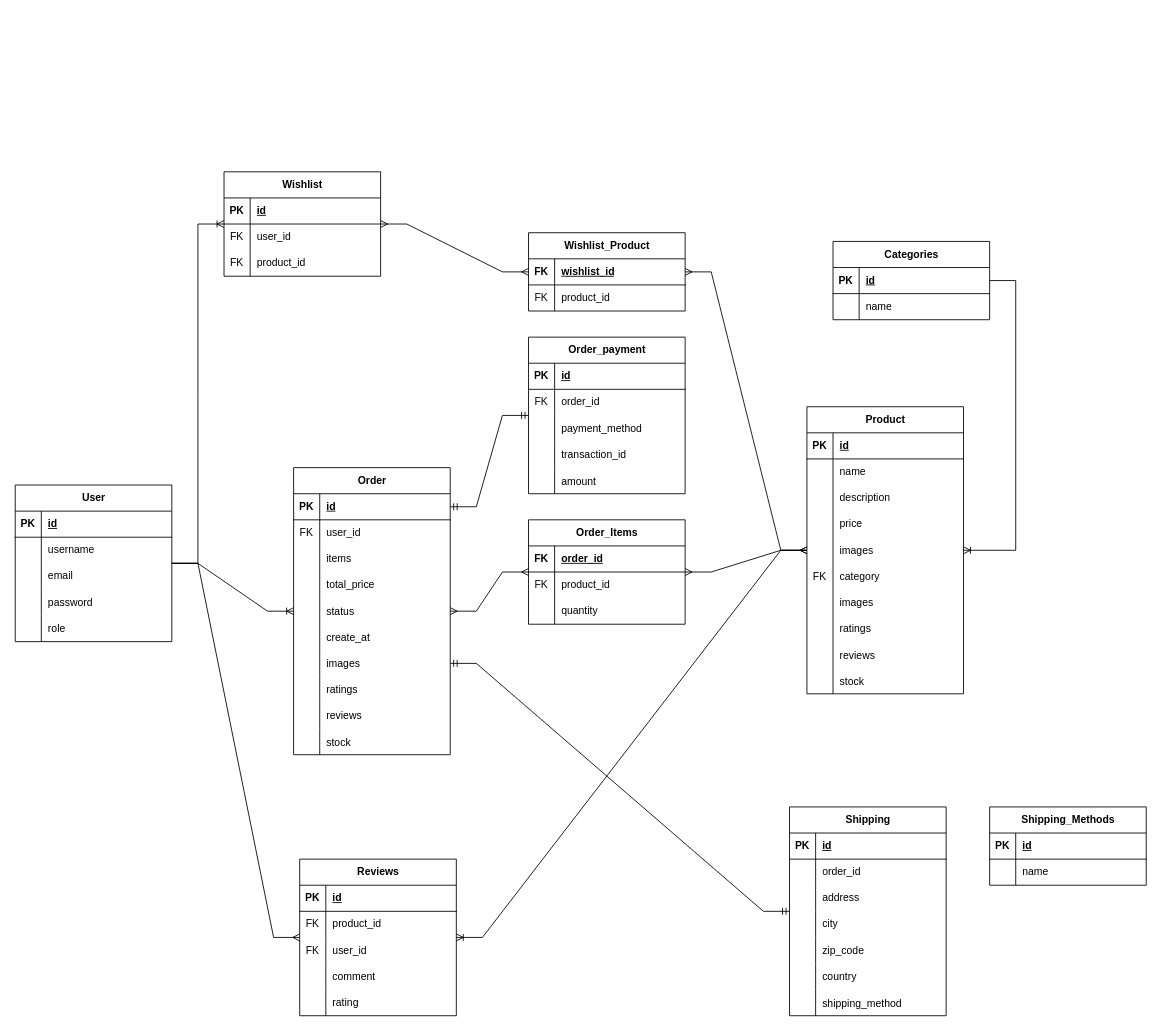
This is Untitled Diagram.drawio from matobuild/Elegant, a draw.io file, before an edit. Source tidied: cells renumbered, new cells numbered last; positions are measured from the earlier drawing's top-left corner, leaving out a move shared by most shapes. Both pictures are drawn from the tidied source at 87%, with x=0, y=0 at pixel (15, 171).
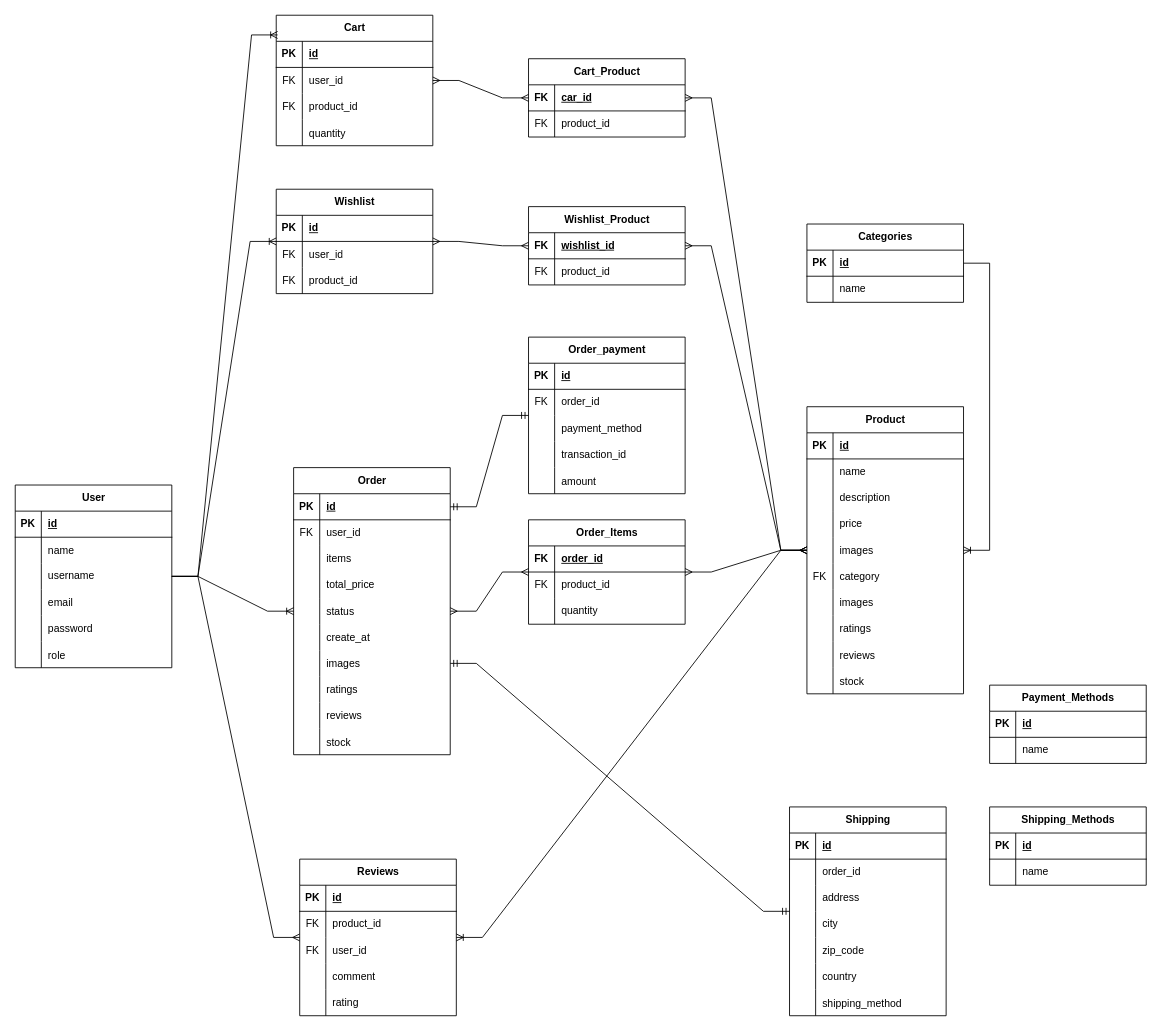
Above is the later version.

Unchanged cells that the change refers to:
```xml
<mxCell id="18" value="Product" style="shape=table;startSize=30;childLayout=tableLayout;rowLines=0;fontStyle=1;align=center;html=1;" parent="1" vertex="1">
  <mxGeometry x="910" y="270" width="180" height="330" as="geometry" />
</mxCell>
```

Diff of the diagram source:
```diff
@@
     <mxCell id="2" value="User" style="shape=table;startSize=30;childLayout=tableLayout;rowLines=0;fontStyle=1;align=center;html=1;" parent="1" vertex="1">
-      <mxGeometry y="360" width="180" height="180" as="geometry" />
+      <mxGeometry y="360" width="180" height="210" as="geometry" />
     </mxCell>
@@
+    <mxCell id="186" style="shape=tableRow;horizontal=0;startSize=0;swimlaneHead=0;swimlaneBody=0;fillColor=none;top=0;left=0;right=0;bottom=0;" parent="2" vertex="1">
+      <mxGeometry y="60" width="180" height="30" as="geometry" />
+    </mxCell>
+    <mxCell id="187" style="shape=partialRectangle;fillColor=none;top=0;left=0;bottom=0;right=0;overflow=hidden;" parent="186" vertex="1">
+      <mxGeometry width="30" height="30" as="geometry" />
+    </mxCell>
+    <mxCell id="188" value="name" style="shape=partialRectangle;fillColor=none;top=0;left=0;bottom=0;right=0;align=left;spacingLeft=6;overflow=hidden;" parent="186" vertex="1">
+      <mxGeometry x="30" width="150" height="30" as="geometry" />
+    </mxCell>
     <mxCell id="6" style="shape=tableRow;horizontal=0;startSize=0;swimlaneHead=0;swimlaneBody=0;fillColor=none;top=0;left=0;right=0;bottom=0;" parent="2" vertex="1">
-      <mxGeometry y="60" width="180" height="30" as="geometry" />
+      <mxGeometry y="90" width="180" height="30" as="geometry" />
     </mxCell>
@@
     <mxCell id="9" style="shape=tableRow;horizontal=0;startSize=0;swimlaneHead=0;swimlaneBody=0;fillColor=none;top=0;left=0;right=0;bottom=0;" parent="2" vertex="1">
-      <mxGeometry y="90" width="180" height="30" as="geometry" />
+      <mxGeometry y="120" width="180" height="30" as="geometry" />
     </mxCell>
@@
     <mxCell id="12" style="shape=tableRow;horizontal=0;startSize=0;swimlaneHead=0;swimlaneBody=0;fillColor=none;top=0;left=0;right=0;bottom=0;" parent="2" vertex="1">
-      <mxGeometry y="120" width="180" height="30" as="geometry" />
+      <mxGeometry y="150" width="180" height="30" as="geometry" />
     </mxCell>
@@
     <mxCell id="15" style="shape=tableRow;horizontal=0;startSize=0;swimlaneHead=0;swimlaneBody=0;fillColor=none;top=0;left=0;right=0;bottom=0;" parent="2" vertex="1">
-      <mxGeometry y="150" width="180" height="30" as="geometry" />
+      <mxGeometry y="180" width="180" height="30" as="geometry" />
     </mxCell>
@@
     <mxCell id="109" value="Wishlist" style="shape=table;startSize=30;childLayout=tableLayout;rowLines=0;fontStyle=1;align=center;html=1;" parent="1" vertex="1">
-      <mxGeometry x="240" width="180" height="120" as="geometry" />
+      <mxGeometry x="300" y="20" width="180" height="120" as="geometry" />
     </mxCell>
@@
     <mxCell id="120" value="Wishlist_Product" style="shape=table;startSize=30;childLayout=tableLayout;rowLines=0;fontStyle=1;align=center;html=1;" parent="1" vertex="1">
-      <mxGeometry x="590" y="70" width="180" height="90" as="geometry" />
+      <mxGeometry x="590" y="40" width="180" height="90" as="geometry" />
     </mxCell>
@@
     <mxCell id="154" value="Categories" style="shape=table;startSize=30;childLayout=tableLayout;rowLines=0;fontStyle=1;align=center;html=1;" parent="1" vertex="1">
-      <mxGeometry x="940" y="80" width="180" height="90" as="geometry" />
+      <mxGeometry x="910" y="60" width="180" height="90" as="geometry" />
     </mxCell>
@@
+    <mxCell id="189" value="Payment_Methods" style="shape=table;startSize=30;childLayout=tableLayout;rowLines=0;fontStyle=1;align=center;html=1;" parent="1" vertex="1">
+      <mxGeometry x="1120" y="590" width="180" height="90" as="geometry" />
+    </mxCell>
+    <mxCell id="190" style="shape=tableRow;horizontal=0;startSize=0;swimlaneHead=0;swimlaneBody=0;fillColor=none;top=0;left=0;right=0;bottom=1;" parent="189" vertex="1">
+      <mxGeometry y="30" width="180" height="30" as="geometry" />
+    </mxCell>
+    <mxCell id="191" value="PK" style="shape=partialRectangle;fillColor=none;top=0;left=0;bottom=0;right=0;fontStyle=1;overflow=hidden;whiteSpace=wrap;html=1;" parent="190" vertex="1">
+      <mxGeometry width="30" height="30" as="geometry" />
+    </mxCell>
+    <mxCell id="192" value="id" style="shape=partialRectangle;fillColor=none;top=0;left=0;bottom=0;right=0;align=left;spacingLeft=6;fontStyle=5;overflow=hidden;whiteSpace=wrap;html=1;" parent="190" vertex="1">
+      <mxGeometry x="30" width="150" height="30" as="geometry" />
+    </mxCell>
+    <mxCell id="193" style="shape=tableRow;horizontal=0;startSize=0;swimlaneHead=0;swimlaneBody=0;fillColor=none;top=0;left=0;right=0;bottom=0;" parent="189" vertex="1">
+      <mxGeometry y="60" width="180" height="30" as="geometry" />
+    </mxCell>
+    <mxCell id="194" style="shape=partialRectangle;fillColor=none;top=0;left=0;bottom=0;right=0;overflow=hidden;whiteSpace=wrap;html=1;" parent="193" vertex="1">
+      <mxGeometry width="30" height="30" as="geometry" />
+    </mxCell>
+    <mxCell id="195" value="name" style="shape=partialRectangle;fillColor=none;top=0;left=0;bottom=0;right=0;align=left;spacingLeft=6;overflow=hidden;whiteSpace=wrap;html=1;" parent="193" vertex="1">
+      <mxGeometry x="30" width="150" height="30" as="geometry" />
+    </mxCell>
+    <mxCell id="196" value="Cart" style="shape=table;startSize=30;childLayout=tableLayout;rowLines=0;fontStyle=1;align=center;html=1;" parent="1" vertex="1">
+      <mxGeometry x="300" y="-180" width="180" height="150" as="geometry" />
+    </mxCell>
+    <mxCell id="197" style="shape=tableRow;horizontal=0;startSize=0;swimlaneHead=0;swimlaneBody=0;fillColor=none;top=0;left=0;right=0;bottom=1;" parent="196" vertex="1">
+      <mxGeometry y="30" width="180" height="30" as="geometry" />
+    </mxCell>
+    <mxCell id="198" value="PK" style="shape=partialRectangle;fillColor=none;top=0;left=0;bottom=0;right=0;fontStyle=1;overflow=hidden;whiteSpace=wrap;html=1;" parent="197" vertex="1">
+      <mxGeometry width="30" height="30" as="geometry" />
+    </mxCell>
+    <mxCell id="199" value="id" style="shape=partialRectangle;fillColor=none;top=0;left=0;bottom=0;right=0;align=left;spacingLeft=6;fontStyle=5;overflow=hidden;whiteSpace=wrap;html=1;" parent="197" vertex="1">
+      <mxGeometry x="30" width="150" height="30" as="geometry" />
+    </mxCell>
+    <mxCell id="200" style="shape=tableRow;horizontal=0;startSize=0;swimlaneHead=0;swimlaneBody=0;fillColor=none;top=0;left=0;right=0;bottom=0;" parent="196" vertex="1">
+      <mxGeometry y="60" width="180" height="30" as="geometry" />
+    </mxCell>
+    <mxCell id="201" value="FK" style="shape=partialRectangle;fillColor=none;top=0;left=0;bottom=0;right=0;overflow=hidden;whiteSpace=wrap;html=1;" parent="200" vertex="1">
+      <mxGeometry width="30" height="30" as="geometry" />
+    </mxCell>
+    <mxCell id="202" value="user_id" style="shape=partialRectangle;fillColor=none;top=0;left=0;bottom=0;right=0;align=left;spacingLeft=6;overflow=hidden;whiteSpace=wrap;html=1;" parent="200" vertex="1">
+      <mxGeometry x="30" width="150" height="30" as="geometry" />
+    </mxCell>
+    <mxCell id="203" style="shape=tableRow;horizontal=0;startSize=0;swimlaneHead=0;swimlaneBody=0;fillColor=none;top=0;left=0;right=0;bottom=0;" parent="196" vertex="1">
+      <mxGeometry y="90" width="180" height="30" as="geometry" />
+    </mxCell>
+    <mxCell id="204" value="FK" style="shape=partialRectangle;fillColor=none;top=0;left=0;bottom=0;right=0;overflow=hidden;whiteSpace=wrap;html=1;" parent="203" vertex="1">
+      <mxGeometry width="30" height="30" as="geometry" />
+    </mxCell>
+    <mxCell id="205" value="product_id" style="shape=partialRectangle;fillColor=none;top=0;left=0;bottom=0;right=0;align=left;spacingLeft=6;overflow=hidden;whiteSpace=wrap;html=1;" parent="203" vertex="1">
+      <mxGeometry x="30" width="150" height="30" as="geometry" />
+    </mxCell>
+    <mxCell id="206" style="shape=tableRow;horizontal=0;startSize=0;swimlaneHead=0;swimlaneBody=0;fillColor=none;top=0;left=0;right=0;bottom=0;" parent="196" vertex="1">
+      <mxGeometry y="120" width="180" height="30" as="geometry" />
+    </mxCell>
+    <mxCell id="207" style="shape=partialRectangle;fillColor=none;top=0;left=0;bottom=0;right=0;overflow=hidden;" parent="206" vertex="1">
+      <mxGeometry width="30" height="30" as="geometry" />
+    </mxCell>
+    <mxCell id="208" value="quantity" style="shape=partialRectangle;fillColor=none;top=0;left=0;bottom=0;right=0;align=left;spacingLeft=6;overflow=hidden;" parent="206" vertex="1">
+      <mxGeometry x="30" width="150" height="30" as="geometry" />
+    </mxCell>
+    <mxCell id="209" style="edgeStyle=entityRelationEdgeStyle;fontSize=12;html=1;endArrow=ERoneToMany;rounded=0;entryX=0.009;entryY=0.151;entryDx=0;entryDy=0;entryPerimeter=0;" parent="1" edge="1" source="2" target="196">
+      <mxGeometry relative="1" as="geometry" />
+    </mxCell>
+    <mxCell id="210" value="Cart_Product" style="shape=table;startSize=30;childLayout=tableLayout;rowLines=0;fontStyle=1;align=center;html=1;" parent="1" vertex="1">
+      <mxGeometry x="590" y="-130" width="180" height="90" as="geometry" />
+    </mxCell>
+    <mxCell id="211" style="shape=tableRow;horizontal=0;startSize=0;swimlaneHead=0;swimlaneBody=0;fillColor=none;top=0;left=0;right=0;bottom=1;" parent="210" vertex="1">
+      <mxGeometry y="30" width="180" height="30" as="geometry" />
+    </mxCell>
+    <mxCell id="212" value="FK" style="shape=partialRectangle;fillColor=none;top=0;left=0;bottom=0;right=0;fontStyle=1;overflow=hidden;whiteSpace=wrap;html=1;" parent="211" vertex="1">
+      <mxGeometry width="30" height="30" as="geometry" />
+    </mxCell>
+    <mxCell id="213" value="car_id" style="shape=partialRectangle;fillColor=none;top=0;left=0;bottom=0;right=0;align=left;spacingLeft=6;fontStyle=5;overflow=hidden;whiteSpace=wrap;html=1;" parent="211" vertex="1">
+      <mxGeometry x="30" width="150" height="30" as="geometry" />
+    </mxCell>
+    <mxCell id="214" style="shape=tableRow;horizontal=0;startSize=0;swimlaneHead=0;swimlaneBody=0;fillColor=none;top=0;left=0;right=0;bottom=0;" parent="210" vertex="1">
+      <mxGeometry y="60" width="180" height="30" as="geometry" />
+    </mxCell>
+    <mxCell id="215" value="FK" style="shape=partialRectangle;fillColor=none;top=0;left=0;bottom=0;right=0;overflow=hidden;whiteSpace=wrap;html=1;" parent="214" vertex="1">
+      <mxGeometry width="30" height="30" as="geometry" />
+    </mxCell>
+    <mxCell id="216" value="product_id" style="shape=partialRectangle;fillColor=none;top=0;left=0;bottom=0;right=0;align=left;spacingLeft=6;overflow=hidden;whiteSpace=wrap;html=1;" parent="214" vertex="1">
+      <mxGeometry x="30" width="150" height="30" as="geometry" />
+    </mxCell>
+    <mxCell id="217" style="edgeStyle=entityRelationEdgeStyle;fontSize=12;html=1;endArrow=ERmany;startArrow=ERmany;rounded=0;" parent="1" edge="1" source="196" target="210">
+      <mxGeometry relative="1" as="geometry" />
+    </mxCell>
+    <mxCell id="218" style="edgeStyle=entityRelationEdgeStyle;fontSize=12;html=1;endArrow=ERmany;startArrow=ERmany;rounded=0;" parent="1" edge="1" source="210" target="18">
+      <mxGeometry relative="1" as="geometry" />
+    </mxCell>
```
